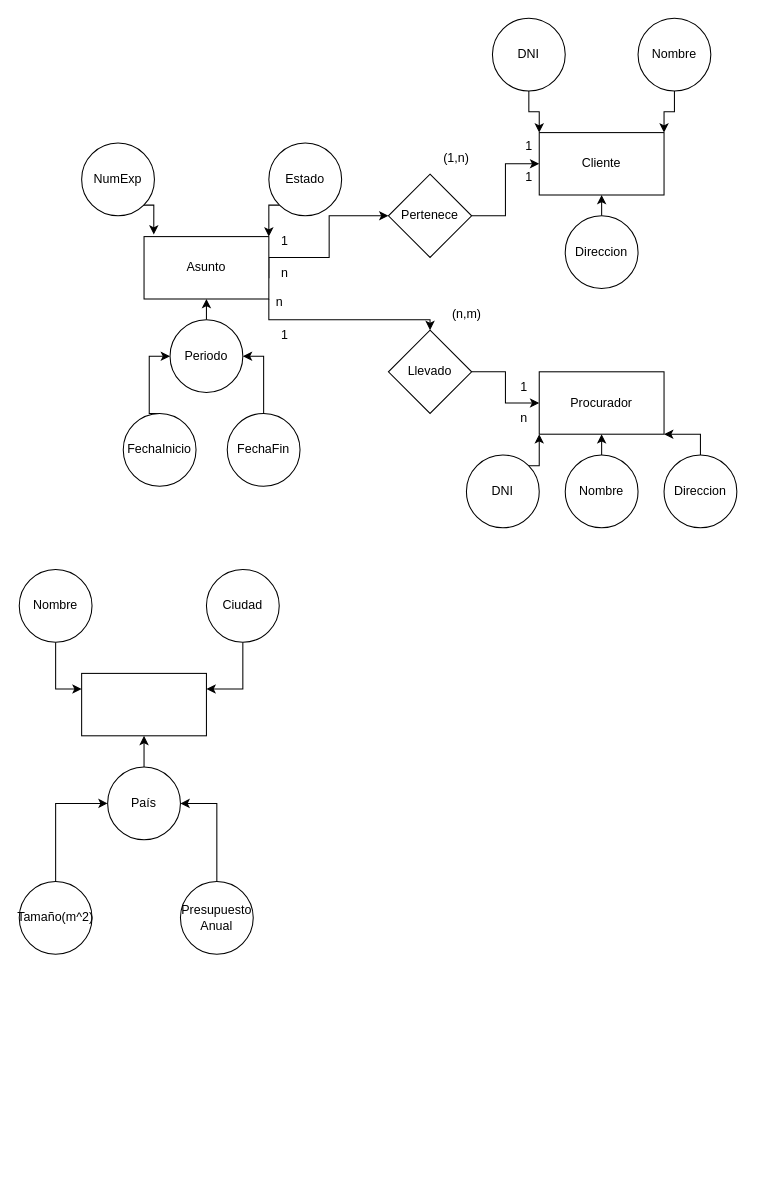
Earlier version of the draw.io diagram 23Diagram.drawio (MauroOrtizGamonal/Abril23Diagrama). Source tidied: cells renumbered, new cells numbered last; positions are measured from the earlier drawing's top-left corner, leaving out a move shared by most shapes. Both pictures are drawn from the tidied source at 104%, with x=0, y=0 at pixel (19, 18).
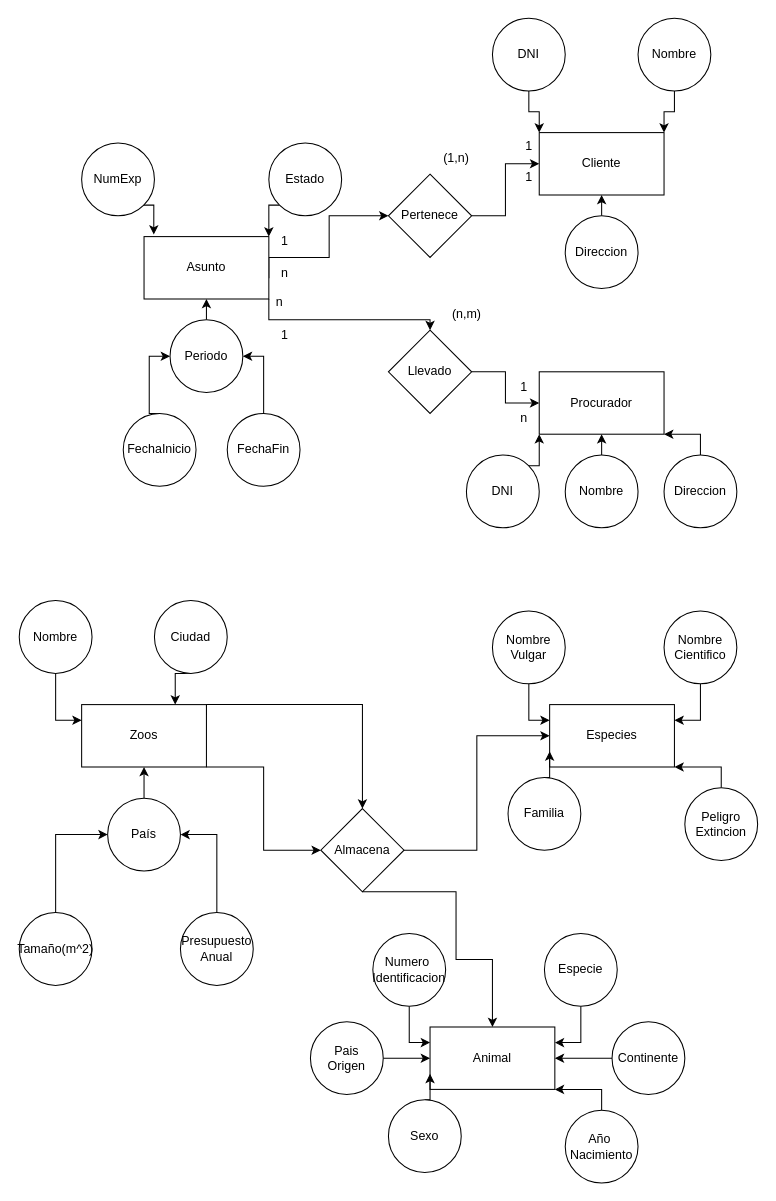
The same page after the edit.

The edit, as a diff of the source:
```diff
@@
+    <mxCell id="54" style="edgeStyle=orthogonalEdgeStyle;rounded=0;jettySize=auto;html=1;exitX=1;exitY=0.5;exitDx=0;exitDy=0;entryX=0.5;entryY=0;entryDx=0;entryDy=0;" parent="1" edge="1" target="58">
+      <mxGeometry relative="1" as="geometry">
+        <mxPoint x="180" y="670" as="sourcePoint" />
+        <Array as="points">
+          <mxPoint x="180" y="660" />
+          <mxPoint x="330" y="660" />
+        </Array>
+      </mxGeometry>
+    </mxCell>
+    <mxCell id="55" style="edgeStyle=orthogonalEdgeStyle;rounded=0;jettySize=auto;html=1;exitX=1;exitY=0.75;exitDx=0;exitDy=0;entryX=0;entryY=0.5;entryDx=0;entryDy=0;" parent="1" edge="1" target="58">
+      <mxGeometry relative="1" as="geometry">
+        <mxPoint x="180" y="720" as="sourcePoint" />
+        <Array as="points">
+          <mxPoint x="235" y="720" />
+          <mxPoint x="235" y="800" />
+        </Array>
+      </mxGeometry>
+    </mxCell>
-    <mxCell id="43" style="rounded=0;whiteSpace=wrap;html=1;" parent="1" vertex="1">
-      <mxGeometry x="60" y="630" width="120" height="60" as="geometry" />
+    <mxCell id="43" value="Zoos" style="rounded=0;whiteSpace=wrap;html=1;" parent="1" vertex="1">
+      <mxGeometry x="60" y="660" width="120" height="60" as="geometry" />
     </mxCell>
@@
     <mxCell id="45" value="País" style="ellipse;whiteSpace=wrap;html=1;" parent="1" vertex="1">
-      <mxGeometry x="85" y="720" width="70" height="70" as="geometry" />
+      <mxGeometry x="85" y="750" width="70" height="70" as="geometry" />
     </mxCell>
@@
     <mxCell id="47" value="Tamaño(m^2)" style="ellipse;whiteSpace=wrap;html=1;" parent="1" vertex="1">
-      <mxGeometry y="830" width="70" height="70" as="geometry" />
+      <mxGeometry y="860" width="70" height="70" as="geometry" />
     </mxCell>
@@
     <mxCell id="49" value="Nombre" style="ellipse;whiteSpace=wrap;html=1;" parent="1" vertex="1">
-      <mxGeometry y="530" width="70" height="70" as="geometry" />
+      <mxGeometry y="560" width="70" height="70" as="geometry" />
     </mxCell>
-    <mxCell id="50" style="edgeStyle=orthogonalEdgeStyle;rounded=0;jettySize=auto;html=1;exitX=0.5;exitY=1;exitDx=0;exitDy=0;entryX=1;entryY=0.25;entryDx=0;entryDy=0;" parent="1" edge="1" source="51" target="43">
+    <mxCell id="50" style="edgeStyle=orthogonalEdgeStyle;rounded=0;jettySize=auto;html=1;exitX=0.5;exitY=1;exitDx=0;exitDy=0;entryX=0.75;entryY=0;entryDx=0;entryDy=0;" parent="1" edge="1" source="51" target="43">
       <mxGeometry relative="1" as="geometry" />
     </mxCell>
     <mxCell id="51" value="Ciudad" style="ellipse;whiteSpace=wrap;html=1;" parent="1" vertex="1">
-      <mxGeometry x="180" y="530" width="70" height="70" as="geometry" />
+      <mxGeometry x="130" y="560" width="70" height="70" as="geometry" />
     </mxCell>
@@
     <mxCell id="53" value="Presupuesto&lt;div&gt;Anual&lt;/div&gt;" style="ellipse;whiteSpace=wrap;html=1;" parent="1" vertex="1">
-      <mxGeometry x="155" y="830" width="70" height="70" as="geometry" />
+      <mxGeometry x="155" y="860" width="70" height="70" as="geometry" />
     </mxCell>
+    <mxCell id="56" style="edgeStyle=orthogonalEdgeStyle;rounded=0;jettySize=auto;html=1;exitX=1;exitY=0.5;exitDx=0;exitDy=0;entryX=0;entryY=0.5;entryDx=0;entryDy=0;" parent="1" edge="1" source="58" target="59">
+      <mxGeometry relative="1" as="geometry" />
+    </mxCell>
+    <mxCell id="57" style="edgeStyle=orthogonalEdgeStyle;rounded=0;jettySize=auto;html=1;exitX=0.5;exitY=1;exitDx=0;exitDy=0;entryX=0.5;entryY=0;entryDx=0;entryDy=0;" parent="1" edge="1" source="58" target="68">
+      <mxGeometry relative="1" as="geometry">
+        <Array as="points">
+          <mxPoint x="420" y="840" />
+          <mxPoint x="420" y="905" />
+          <mxPoint x="455" y="905" />
+        </Array>
+      </mxGeometry>
+    </mxCell>
+    <mxCell id="58" value="Almacena" style="rhombus;whiteSpace=wrap;html=1;" parent="1" vertex="1">
+      <mxGeometry x="290" y="760" width="80" height="80" as="geometry" />
+    </mxCell>
+    <mxCell id="59" value="Especies" style="rounded=0;whiteSpace=wrap;html=1;" parent="1" vertex="1">
+      <mxGeometry x="510" y="660" width="120" height="60" as="geometry" />
+    </mxCell>
+    <mxCell id="60" style="edgeStyle=orthogonalEdgeStyle;rounded=0;jettySize=auto;html=1;exitX=0.5;exitY=0;exitDx=0;exitDy=0;entryX=1;entryY=1;entryDx=0;entryDy=0;" parent="1" edge="1" source="61" target="59">
+      <mxGeometry relative="1" as="geometry" />
+    </mxCell>
+    <mxCell id="61" value="Peligro&lt;div&gt;Extincion&lt;/div&gt;" style="ellipse;whiteSpace=wrap;html=1;" parent="1" vertex="1">
+      <mxGeometry x="640" y="740" width="70" height="70" as="geometry" />
+    </mxCell>
+    <mxCell id="62" style="edgeStyle=orthogonalEdgeStyle;rounded=0;jettySize=auto;html=1;exitX=0.5;exitY=0;exitDx=0;exitDy=0;entryX=0;entryY=0.75;entryDx=0;entryDy=0;" parent="1" edge="1" source="63" target="59">
+      <mxGeometry relative="1" as="geometry" />
+    </mxCell>
+    <mxCell id="63" value="Familia" style="ellipse;whiteSpace=wrap;html=1;" parent="1" vertex="1">
+      <mxGeometry x="470" y="730" width="70" height="70" as="geometry" />
+    </mxCell>
+    <mxCell id="64" style="edgeStyle=orthogonalEdgeStyle;rounded=0;jettySize=auto;html=1;exitX=0.5;exitY=1;exitDx=0;exitDy=0;entryX=1;entryY=0.25;entryDx=0;entryDy=0;" parent="1" edge="1" source="65" target="59">
+      <mxGeometry relative="1" as="geometry" />
+    </mxCell>
+    <mxCell id="65" value="Nombre&lt;div&gt;Cientifico&lt;/div&gt;" style="ellipse;whiteSpace=wrap;html=1;" parent="1" vertex="1">
+      <mxGeometry x="620" y="570" width="70" height="70" as="geometry" />
+    </mxCell>
+    <mxCell id="66" style="edgeStyle=orthogonalEdgeStyle;rounded=0;jettySize=auto;html=1;exitX=0.5;exitY=1;exitDx=0;exitDy=0;entryX=0;entryY=0.25;entryDx=0;entryDy=0;" parent="1" edge="1" source="67" target="59">
+      <mxGeometry relative="1" as="geometry" />
+    </mxCell>
+    <mxCell id="67" value="Nombre&lt;div&gt;Vulgar&lt;/div&gt;" style="ellipse;whiteSpace=wrap;html=1;" parent="1" vertex="1">
+      <mxGeometry x="455" y="570" width="70" height="70" as="geometry" />
+    </mxCell>
+    <mxCell id="68" value="Animal" style="rounded=0;whiteSpace=wrap;html=1;" parent="1" vertex="1">
+      <mxGeometry x="395" y="970" width="120" height="60" as="geometry" />
+    </mxCell>
+    <mxCell id="69" style="edgeStyle=orthogonalEdgeStyle;rounded=0;jettySize=auto;html=1;exitX=0.5;exitY=0;exitDx=0;exitDy=0;entryX=1;entryY=1;entryDx=0;entryDy=0;" parent="1" edge="1" source="70" target="68">
+      <mxGeometry relative="1" as="geometry" />
+    </mxCell>
+    <mxCell id="70" value="Año&amp;nbsp;&lt;div&gt;Nacimiento&lt;/div&gt;" style="ellipse;whiteSpace=wrap;html=1;" parent="1" vertex="1">
+      <mxGeometry x="525" y="1050" width="70" height="70" as="geometry" />
+    </mxCell>
+    <mxCell id="71" style="edgeStyle=orthogonalEdgeStyle;rounded=0;jettySize=auto;html=1;exitX=0.5;exitY=0;exitDx=0;exitDy=0;entryX=0;entryY=0.75;entryDx=0;entryDy=0;" parent="1" edge="1" source="72" target="68">
+      <mxGeometry relative="1" as="geometry" />
+    </mxCell>
+    <mxCell id="72" value="Sexo" style="ellipse;whiteSpace=wrap;html=1;" parent="1" vertex="1">
+      <mxGeometry x="355" y="1040" width="70" height="70" as="geometry" />
+    </mxCell>
+    <mxCell id="73" style="edgeStyle=orthogonalEdgeStyle;rounded=0;jettySize=auto;html=1;exitX=0.5;exitY=1;exitDx=0;exitDy=0;entryX=1;entryY=0.25;entryDx=0;entryDy=0;" parent="1" edge="1" source="74" target="68">
+      <mxGeometry relative="1" as="geometry" />
+    </mxCell>
+    <mxCell id="74" value="Especie" style="ellipse;whiteSpace=wrap;html=1;" parent="1" vertex="1">
+      <mxGeometry x="505" y="880" width="70" height="70" as="geometry" />
+    </mxCell>
+    <mxCell id="75" style="edgeStyle=orthogonalEdgeStyle;rounded=0;jettySize=auto;html=1;exitX=0.5;exitY=1;exitDx=0;exitDy=0;entryX=0;entryY=0.25;entryDx=0;entryDy=0;" parent="1" edge="1" source="76" target="68">
+      <mxGeometry relative="1" as="geometry" />
+    </mxCell>
+    <mxCell id="76" value="Numero&amp;nbsp;&lt;div&gt;Identificacion&lt;/div&gt;" style="ellipse;whiteSpace=wrap;html=1;" parent="1" vertex="1">
+      <mxGeometry x="340" y="880" width="70" height="70" as="geometry" />
+    </mxCell>
+    <mxCell id="77" style="edgeStyle=orthogonalEdgeStyle;rounded=0;jettySize=auto;html=1;exitX=0;exitY=0.5;exitDx=0;exitDy=0;entryX=1;entryY=0.5;entryDx=0;entryDy=0;" parent="1" edge="1" source="78" target="68">
+      <mxGeometry relative="1" as="geometry" />
+    </mxCell>
+    <mxCell id="78" value="Continente" style="ellipse;whiteSpace=wrap;html=1;" parent="1" vertex="1">
+      <mxGeometry x="570" y="965" width="70" height="70" as="geometry" />
+    </mxCell>
+    <mxCell id="79" style="edgeStyle=orthogonalEdgeStyle;rounded=0;jettySize=auto;html=1;exitX=1;exitY=0.5;exitDx=0;exitDy=0;" parent="1" edge="1" source="80" target="68">
+      <mxGeometry relative="1" as="geometry" />
+    </mxCell>
+    <mxCell id="80" value="Pais&lt;div&gt;Origen&lt;/div&gt;" style="ellipse;whiteSpace=wrap;html=1;" parent="1" vertex="1">
+      <mxGeometry x="280" y="965" width="70" height="70" as="geometry" />
+    </mxCell>
```
